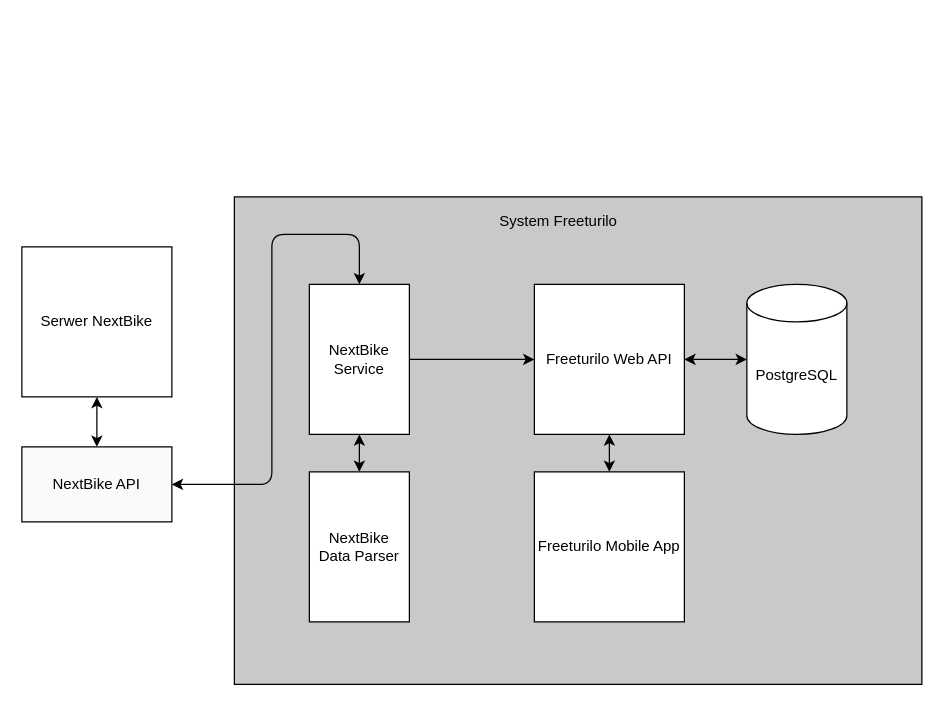
Before: architektura.drawio in Freeturilo/FreeturiloDocumentation, a draw.io diagram. Source tidied: cells renumbered, new cells numbered last; positions are measured from the earlier drawing's top-left corner, leaving out a move shared by most shapes. Both pictures are drawn from the tidied source at 125%, with x=0, y=0 at pixel (21, 196).
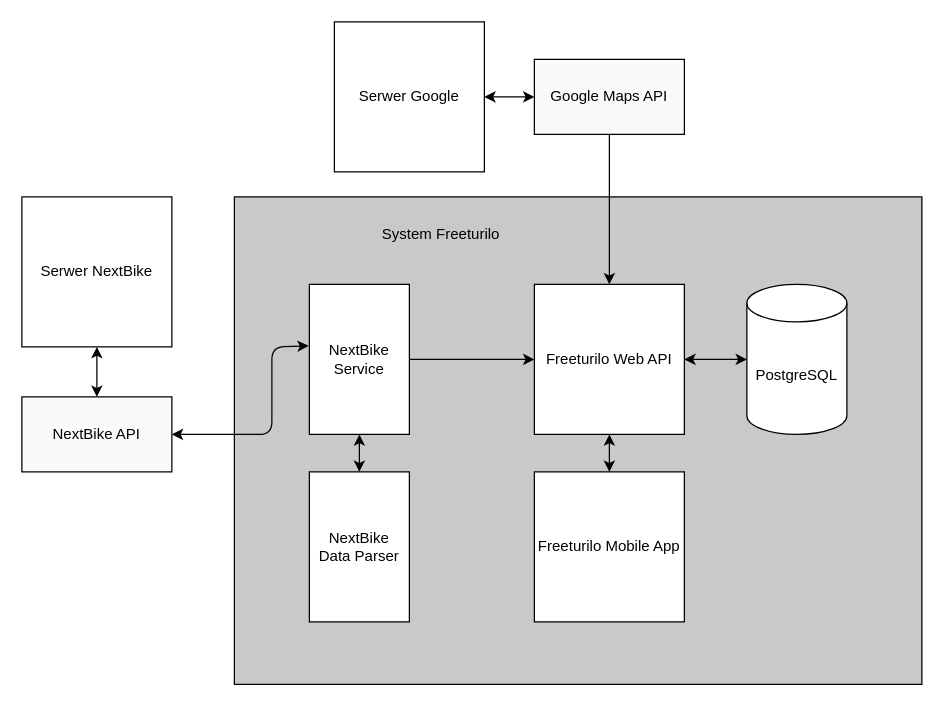
The same page after the edit.

Unchanged cells that the change refers to:
```xml
<mxCell id="4" value="NextBike Service" style="rounded=0;whiteSpace=wrap;html=1;" parent="1" vertex="1">
  <mxGeometry x="230" y="70" width="80" height="120" as="geometry" />
</mxCell>
<mxCell id="6" value="Freeturilo Web API" style="whiteSpace=wrap;html=1;" parent="1" vertex="1">
  <mxGeometry x="410" y="70" width="120" height="120" as="geometry" />
</mxCell>
```

What changed in the source:
```diff
@@
     <mxCell id="3" value="Serwer NextBike" style="rounded=0;whiteSpace=wrap;html=1;" parent="1" vertex="1">
-      <mxGeometry y="40" width="120" height="120" as="geometry" />
+      <mxGeometry width="120" height="120" as="geometry" />
     </mxCell>
@@
-    <mxCell id="9" style="endArrow=classic;startArrow=classic;html=1;entryX=0.5;entryY=0;entryDx=0;entryDy=0;exitX=1;exitY=0.5;exitDx=0;exitDy=0;" parent="1" edge="1" source="15" target="4">
+    <mxCell id="9" style="endArrow=classic;startArrow=classic;html=1;entryX=-0.007;entryY=0.41;entryDx=0;entryDy=0;exitX=1;exitY=0.5;exitDx=0;exitDy=0;entryPerimeter=0;" parent="1" edge="1" source="15" target="4">
       <mxGeometry relative="1" as="geometry">
         <Array as="points">
-          <mxPoint x="200" y="230" />
-          <mxPoint x="200" y="30" />
-          <mxPoint x="270" y="30" />
+          <mxPoint x="200" y="190" />
+          <mxPoint x="200" y="120" />
         </Array>
       </mxGeometry>
     </mxCell>
@@
     <mxCell id="14" value="System Freeturilo" style="text;html=1;align=center;verticalAlign=middle;strokeColor=none;fillColor=none;" parent="1" vertex="1">
-      <mxGeometry x="374" y="10" width="110" height="20" as="geometry" />
+      <mxGeometry x="280" y="20" width="110" height="20" as="geometry" />
     </mxCell>
     <mxCell id="15" value="NextBike API" style="rounded=0;whiteSpace=wrap;html=1;fillColor=#FAFAFA;" parent="1" vertex="1">
-      <mxGeometry y="200" width="120" height="60" as="geometry" />
+      <mxGeometry y="160" width="120" height="60" as="geometry" />
     </mxCell>
@@
+    <mxCell id="17" value="Serwer Google" style="rounded=0;whiteSpace=wrap;html=1;" parent="1" vertex="1">
+      <mxGeometry x="250" y="-140" width="120" height="120" as="geometry" />
+    </mxCell>
+    <mxCell id="18" value="Google Maps API" style="rounded=0;whiteSpace=wrap;html=1;fillColor=#FAFAFA;" parent="1" vertex="1">
+      <mxGeometry x="410" y="-110" width="120" height="60" as="geometry" />
+    </mxCell>
+    <mxCell id="19" style="endArrow=classic;startArrow=classic;html=1;rounded=0;exitX=0;exitY=0.5;exitDx=0;exitDy=0;entryX=1;entryY=0.5;entryDx=0;entryDy=0;" parent="1" edge="1" source="18" target="17">
+      <mxGeometry relative="1" as="geometry" />
+    </mxCell>
+    <mxCell id="20" style="endArrow=classic;html=1;rounded=0;exitX=0.5;exitY=1;exitDx=0;exitDy=0;entryX=0.5;entryY=0;entryDx=0;entryDy=0;" parent="1" edge="1" source="18" target="6">
+      <mxGeometry relative="1" as="geometry" />
+    </mxCell>
```
